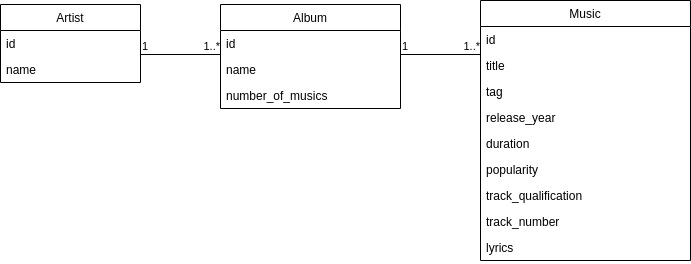
Earlier version of the draw.io export Milestone1/docs/uml.png (Miguel26-pixel/FEUP_PRI). Source tidied: cells renumbered, new cells last; positions are measured from the earlier drawing's top-left corner, leaving out a move shared by most shapes. Source of this version:
```xml
<mxGraphModel>
  <root>
    <mxCell id="0" />
    <mxCell id="1" parent="0" />
    <mxCell id="2" value="Music" style="swimlane;fontStyle=0;horizontal=1;startSize=26;fillColor=none;" parent="1" vertex="1">
      <mxGeometry x="480" width="210" height="260" as="geometry" />
    </mxCell>
    <mxCell id="3" value="id" style="text;strokeColor=none;fillColor=none;align=left;verticalAlign=top;spacingLeft=4;spacingRight=4;overflow=hidden;" parent="2" vertex="1">
      <mxGeometry y="26" width="210" height="26" as="geometry" />
    </mxCell>
    <mxCell id="4" value="title" style="text;strokeColor=none;fillColor=none;align=left;verticalAlign=top;spacingLeft=4;spacingRight=4;overflow=hidden;" parent="2" vertex="1">
      <mxGeometry y="52" width="210" height="26" as="geometry" />
    </mxCell>
    <mxCell id="5" value="tag" style="text;strokeColor=none;fillColor=none;align=left;verticalAlign=top;spacingLeft=4;spacingRight=4;overflow=hidden;" parent="2" vertex="1">
      <mxGeometry y="78" width="210" height="26" as="geometry" />
    </mxCell>
    <mxCell id="6" value="release_year" style="text;strokeColor=none;fillColor=none;align=left;verticalAlign=top;spacingLeft=4;spacingRight=4;overflow=hidden;" parent="2" vertex="1">
      <mxGeometry y="104" width="210" height="26" as="geometry" />
    </mxCell>
    <mxCell id="7" value="duration" style="text;strokeColor=none;fillColor=none;align=left;verticalAlign=top;spacingLeft=4;spacingRight=4;overflow=hidden;" parent="2" vertex="1">
      <mxGeometry y="130" width="210" height="26" as="geometry" />
    </mxCell>
    <mxCell id="8" value="popularity" style="text;strokeColor=none;fillColor=none;align=left;verticalAlign=top;spacingLeft=4;spacingRight=4;overflow=hidden;" parent="2" vertex="1">
      <mxGeometry y="156" width="210" height="26" as="geometry" />
    </mxCell>
    <mxCell id="9" value="track_qualification" style="text;strokeColor=none;fillColor=none;align=left;verticalAlign=top;spacingLeft=4;spacingRight=4;overflow=hidden;" parent="2" vertex="1">
      <mxGeometry y="182" width="210" height="26" as="geometry" />
    </mxCell>
    <mxCell id="10" value="track_number" style="text;strokeColor=none;fillColor=none;align=left;verticalAlign=top;spacingLeft=4;spacingRight=4;overflow=hidden;" parent="2" vertex="1">
      <mxGeometry y="208" width="210" height="26" as="geometry" />
    </mxCell>
    <mxCell id="11" value="lyrics" style="text;strokeColor=none;fillColor=none;align=left;verticalAlign=top;spacingLeft=4;spacingRight=4;overflow=hidden;" parent="2" vertex="1">
      <mxGeometry y="234" width="210" height="26" as="geometry" />
    </mxCell>
    <mxCell id="12" value="Album" style="swimlane;fontStyle=0;horizontal=1;startSize=26;fillColor=none;" parent="1" vertex="1">
      <mxGeometry x="220" y="4" width="180" height="104" as="geometry" />
    </mxCell>
    <mxCell id="13" value="id" style="text;strokeColor=none;fillColor=none;align=left;verticalAlign=top;spacingLeft=4;spacingRight=4;overflow=hidden;" parent="12" vertex="1">
      <mxGeometry y="26" width="180" height="26" as="geometry" />
    </mxCell>
    <mxCell id="14" value="name" style="text;strokeColor=none;fillColor=none;align=left;verticalAlign=top;spacingLeft=4;spacingRight=4;overflow=hidden;" parent="12" vertex="1">
      <mxGeometry y="52" width="180" height="26" as="geometry" />
    </mxCell>
    <mxCell id="15" value="number_of_musics&#10;&#10;&#10;" style="text;strokeColor=none;fillColor=none;align=left;verticalAlign=top;spacingLeft=4;spacingRight=4;overflow=hidden;" parent="12" vertex="1">
      <mxGeometry y="78" width="180" height="26" as="geometry" />
    </mxCell>
    <mxCell id="16" style="endArrow=none;html=1;edgeStyle=orthogonalEdgeStyle;rounded=0;" parent="1" edge="1">
      <mxGeometry relative="1" as="geometry">
        <mxPoint x="140" y="54" as="sourcePoint" />
        <mxPoint x="220" y="54" as="targetPoint" />
      </mxGeometry>
    </mxCell>
    <mxCell id="17" value="1" style="edgeLabel;html=1;align=left;verticalAlign=bottom;" parent="16" vertex="1">
      <mxGeometry x="-1" relative="1" as="geometry" />
    </mxCell>
    <mxCell id="18" value="1..*" style="edgeLabel;html=1;align=right;verticalAlign=bottom;" parent="16" vertex="1">
      <mxGeometry x="1" relative="1" as="geometry" />
    </mxCell>
    <mxCell id="19" style="endArrow=none;html=1;edgeStyle=orthogonalEdgeStyle;rounded=0;" parent="1" edge="1">
      <mxGeometry relative="1" as="geometry">
        <mxPoint x="400" y="54" as="sourcePoint" />
        <mxPoint x="480" y="54" as="targetPoint" />
      </mxGeometry>
    </mxCell>
    <mxCell id="20" value="1" style="edgeLabel;html=1;align=left;verticalAlign=bottom;" parent="19" vertex="1">
      <mxGeometry x="-1" relative="1" as="geometry" />
    </mxCell>
    <mxCell id="21" value="1..*" style="edgeLabel;html=1;align=right;verticalAlign=bottom;" parent="19" vertex="1">
      <mxGeometry x="1" relative="1" as="geometry" />
    </mxCell>
    <mxCell id="22" value="Artist" style="swimlane;fontStyle=0;horizontal=1;startSize=26;fillColor=none;" parent="1" vertex="1">
      <mxGeometry y="4" width="140" height="78" as="geometry" />
    </mxCell>
    <mxCell id="23" value="id" style="text;strokeColor=none;fillColor=none;align=left;verticalAlign=top;spacingLeft=4;spacingRight=4;overflow=hidden;" parent="22" vertex="1">
      <mxGeometry y="26" width="140" height="26" as="geometry" />
    </mxCell>
    <mxCell id="24" value="name" style="text;strokeColor=none;fillColor=none;align=left;verticalAlign=top;spacingLeft=4;spacingRight=4;overflow=hidden;" parent="22" vertex="1">
      <mxGeometry y="52" width="140" height="26" as="geometry" />
    </mxCell>
  </root>
</mxGraphModel>
```
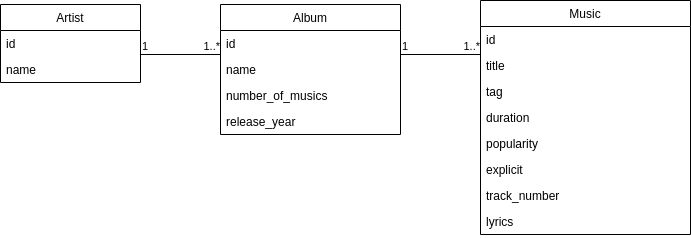
After the change.

Change to the diagram source:
```diff
@@ -3,7 +3,7 @@
     <mxCell id="0" />
     <mxCell id="1" parent="0" />
     <mxCell id="2" value="Music" style="swimlane;fontStyle=0;horizontal=1;startSize=26;fillColor=none;" parent="1" vertex="1">
-      <mxGeometry x="480" width="210" height="260" as="geometry" />
+      <mxGeometry x="480" width="210" height="234" as="geometry" />
     </mxCell>
     <mxCell id="3" value="id" style="text;strokeColor=none;fillColor=none;align=left;verticalAlign=top;spacingLeft=4;spacingRight=4;overflow=hidden;" parent="2" vertex="1">
       <mxGeometry y="26" width="210" height="26" as="geometry" />
@@ -14,26 +14,23 @@
     <mxCell id="5" value="tag" style="text;strokeColor=none;fillColor=none;align=left;verticalAlign=top;spacingLeft=4;spacingRight=4;overflow=hidden;" parent="2" vertex="1">
       <mxGeometry y="78" width="210" height="26" as="geometry" />
     </mxCell>
-    <mxCell id="6" value="release_year" style="text;strokeColor=none;fillColor=none;align=left;verticalAlign=top;spacingLeft=4;spacingRight=4;overflow=hidden;" parent="2" vertex="1">
-      <mxGeometry y="104" width="210" height="26" as="geometry" />
-    </mxCell>
     <mxCell id="7" value="duration" style="text;strokeColor=none;fillColor=none;align=left;verticalAlign=top;spacingLeft=4;spacingRight=4;overflow=hidden;" parent="2" vertex="1">
-      <mxGeometry y="130" width="210" height="26" as="geometry" />
+      <mxGeometry y="104" width="210" height="26" as="geometry" />
     </mxCell>
     <mxCell id="8" value="popularity" style="text;strokeColor=none;fillColor=none;align=left;verticalAlign=top;spacingLeft=4;spacingRight=4;overflow=hidden;" parent="2" vertex="1">
-      <mxGeometry y="156" width="210" height="26" as="geometry" />
+      <mxGeometry y="130" width="210" height="26" as="geometry" />
     </mxCell>
-    <mxCell id="9" value="track_qualification" style="text;strokeColor=none;fillColor=none;align=left;verticalAlign=top;spacingLeft=4;spacingRight=4;overflow=hidden;" parent="2" vertex="1">
-      <mxGeometry y="182" width="210" height="26" as="geometry" />
+    <mxCell id="9" value="explicit" style="text;strokeColor=none;fillColor=none;align=left;verticalAlign=top;spacingLeft=4;spacingRight=4;overflow=hidden;" parent="2" vertex="1">
+      <mxGeometry y="156" width="210" height="26" as="geometry" />
     </mxCell>
     <mxCell id="10" value="track_number" style="text;strokeColor=none;fillColor=none;align=left;verticalAlign=top;spacingLeft=4;spacingRight=4;overflow=hidden;" parent="2" vertex="1">
-      <mxGeometry y="208" width="210" height="26" as="geometry" />
+      <mxGeometry y="182" width="210" height="26" as="geometry" />
     </mxCell>
     <mxCell id="11" value="lyrics" style="text;strokeColor=none;fillColor=none;align=left;verticalAlign=top;spacingLeft=4;spacingRight=4;overflow=hidden;" parent="2" vertex="1">
-      <mxGeometry y="234" width="210" height="26" as="geometry" />
+      <mxGeometry y="208" width="210" height="26" as="geometry" />
     </mxCell>
     <mxCell id="12" value="Album" style="swimlane;fontStyle=0;horizontal=1;startSize=26;fillColor=none;" parent="1" vertex="1">
-      <mxGeometry x="220" y="4" width="180" height="104" as="geometry" />
+      <mxGeometry x="220" y="4" width="180" height="130" as="geometry" />
     </mxCell>
     <mxCell id="13" value="id" style="text;strokeColor=none;fillColor=none;align=left;verticalAlign=top;spacingLeft=4;spacingRight=4;overflow=hidden;" parent="12" vertex="1">
       <mxGeometry y="26" width="180" height="26" as="geometry" />
@@ -44,6 +41,9 @@
     <mxCell id="15" value="number_of_musics&#10;&#10;&#10;" style="text;strokeColor=none;fillColor=none;align=left;verticalAlign=top;spacingLeft=4;spacingRight=4;overflow=hidden;" parent="12" vertex="1">
       <mxGeometry y="78" width="180" height="26" as="geometry" />
     </mxCell>
+    <mxCell id="6" value="release_year" style="text;strokeColor=none;fillColor=none;align=left;verticalAlign=top;spacingLeft=4;spacingRight=4;overflow=hidden;" parent="12" vertex="1">
+      <mxGeometry y="104" width="180" height="26" as="geometry" />
+    </mxCell>
     <mxCell id="16" style="endArrow=none;html=1;edgeStyle=orthogonalEdgeStyle;rounded=0;" parent="1" edge="1">
       <mxGeometry relative="1" as="geometry">
         <mxPoint x="140" y="54" as="sourcePoint" />
```
